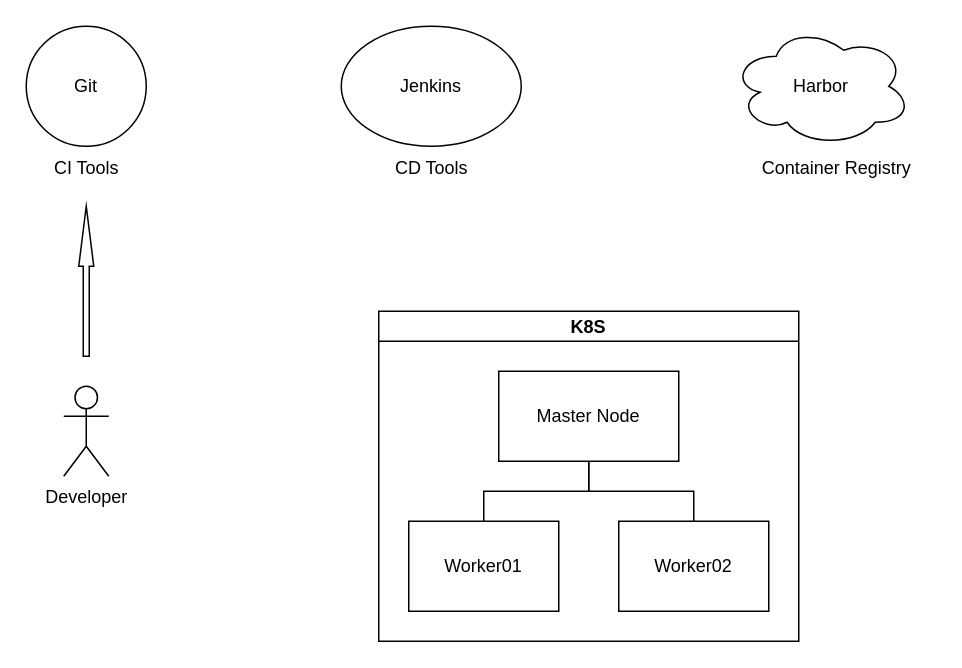
Before: Untitled Diagram.drawio in vqmanh/DevOps, a draw.io diagram. Source tidied: cells renumbered, new cells numbered last; positions are measured from the earlier drawing's top-left corner, leaving out a move shared by most shapes. Both pictures are drawn from the tidied source at 150%, with x=0, y=0 at pixel (26, 26).
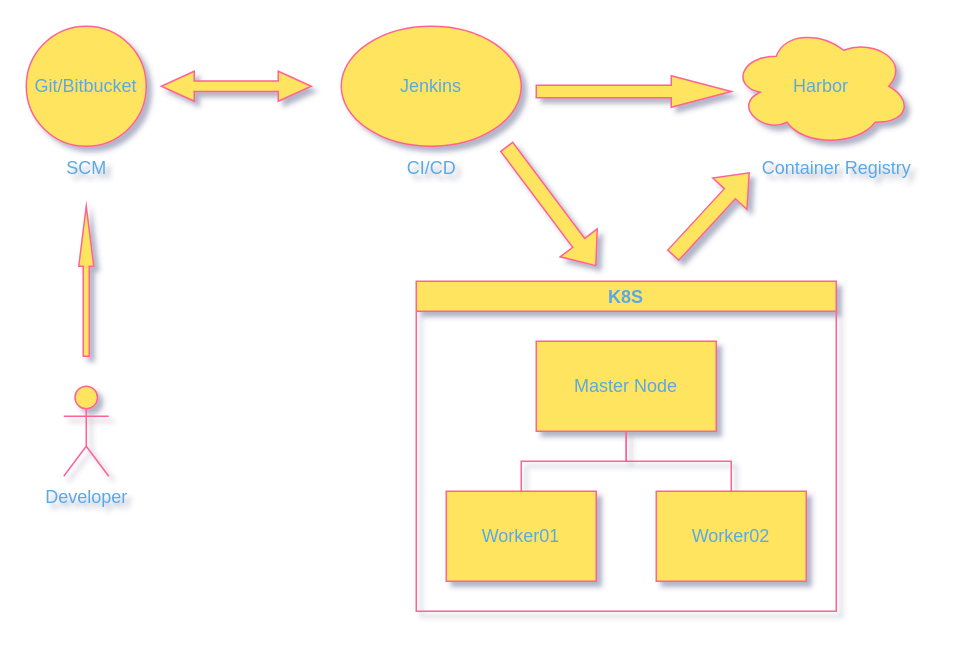
The same diagram, later.

Diff of the diagram source:
```diff
@@
-<mxGraphModel>
+<mxGraphModel shadow="1">
@@
-    <mxCell id="2" value="Git" style="ellipse;whiteSpace=wrap;html=1;" parent="1" vertex="1">
+    <mxCell id="2" value="Git/Bitbucket" style="ellipse;whiteSpace=wrap;html=1;labelBackgroundColor=none;fillColor=#FFE45E;strokeColor=#FF6392;fontColor=#5AA9E6;" parent="1" vertex="1">
       <mxGeometry width="80" height="80" as="geometry" />
     </mxCell>
-    <mxCell id="3" value="CI Tools" style="text;html=1;align=center;verticalAlign=middle;strokeColor=none;fillColor=none;" parent="1" vertex="1">
-      <mxGeometry x="5" y="80" width="70" height="30" as="geometry" />
+    <mxCell id="3" value="SCM" style="text;html=1;align=center;verticalAlign=middle;strokeColor=none;fillColor=none;labelBackgroundColor=none;fontColor=#5AA9E6;" parent="1" vertex="1">
+      <mxGeometry x="15" y="80" width="50" height="30" as="geometry" />
     </mxCell>
-    <mxCell id="4" value="Jenkins" style="ellipse;whiteSpace=wrap;html=1;" parent="1" vertex="1">
+    <mxCell id="4" value="Jenkins" style="ellipse;whiteSpace=wrap;html=1;labelBackgroundColor=none;fillColor=#FFE45E;strokeColor=#FF6392;fontColor=#5AA9E6;" parent="1" vertex="1">
       <mxGeometry x="210" width="120" height="80" as="geometry" />
     </mxCell>
-    <mxCell id="5" value="CD Tools" style="text;html=1;align=center;verticalAlign=middle;strokeColor=none;fillColor=none;" parent="1" vertex="1">
-      <mxGeometry x="235" y="80" width="70" height="30" as="geometry" />
+    <mxCell id="5" value="CI/CD" style="text;html=1;align=center;verticalAlign=middle;strokeColor=none;fillColor=none;labelBackgroundColor=none;fontColor=#5AA9E6;" parent="1" vertex="1">
+      <mxGeometry x="240" y="80" width="60" height="30" as="geometry" />
     </mxCell>
-    <mxCell id="6" value="Developer" style="shape=umlActor;verticalLabelPosition=bottom;verticalAlign=top;html=1;" parent="1" vertex="1">
+    <mxCell id="6" value="Developer" style="shape=umlActor;verticalLabelPosition=bottom;verticalAlign=top;html=1;labelBackgroundColor=none;fillColor=#FFE45E;strokeColor=#FF6392;fontColor=#5AA9E6;" parent="1" vertex="1">
       <mxGeometry x="25" y="240" width="30" height="60" as="geometry" />
     </mxCell>
-    <mxCell id="7" value="Harbor" style="ellipse;shape=cloud;whiteSpace=wrap;html=1;" parent="1" vertex="1">
+    <mxCell id="7" value="Harbor" style="ellipse;shape=cloud;whiteSpace=wrap;html=1;labelBackgroundColor=none;fillColor=#FFE45E;strokeColor=#FF6392;fontColor=#5AA9E6;" parent="1" vertex="1">
       <mxGeometry x="470" width="120" height="80" as="geometry" />
     </mxCell>
-    <mxCell id="8" value="Container Registry" style="text;html=1;align=center;verticalAlign=middle;strokeColor=none;fillColor=none;" parent="1" vertex="1">
+    <mxCell id="8" value="Container Registry" style="text;html=1;align=center;verticalAlign=middle;strokeColor=none;fillColor=none;labelBackgroundColor=none;fontColor=#5AA9E6;" parent="1" vertex="1">
       <mxGeometry x="480" y="80" width="120" height="30" as="geometry" />
     </mxCell>
-    <mxCell id="9" value="K8S" style="swimlane;startSize=20;horizontal=1;containerType=tree;newEdgeStyle={&quot;edgeStyle&quot;:&quot;elbowEdgeStyle&quot;,&quot;startArrow&quot;:&quot;none&quot;,&quot;endArrow&quot;:&quot;none&quot;};" parent="1" vertex="1">
-      <mxGeometry x="235" y="190" width="280" height="220" as="geometry" />
+    <mxCell id="9" value="K8S" style="swimlane;startSize=20;horizontal=1;containerType=tree;newEdgeStyle={&quot;edgeStyle&quot;:&quot;elbowEdgeStyle&quot;,&quot;startArrow&quot;:&quot;none&quot;,&quot;endArrow&quot;:&quot;none&quot;};labelBackgroundColor=none;fillColor=#FFE45E;strokeColor=#FF6392;fontColor=#5AA9E6;" parent="1" vertex="1">
+      <mxGeometry x="260" y="170" width="280" height="220" as="geometry" />
     </mxCell>
-    <mxCell id="10" style="edgeStyle=elbowEdgeStyle;elbow=vertical;sourcePerimeterSpacing=0;targetPerimeterSpacing=0;startArrow=none;endArrow=none;rounded=0;curved=0;" parent="9" edge="1" source="12" target="13">
+    <mxCell id="10" style="edgeStyle=elbowEdgeStyle;elbow=vertical;sourcePerimeterSpacing=0;targetPerimeterSpacing=0;startArrow=none;endArrow=none;rounded=0;curved=0;labelBackgroundColor=none;strokeColor=#FF6392;fontColor=default;" parent="9" edge="1" source="12" target="13">
       <mxGeometry relative="1" as="geometry" />
     </mxCell>
-    <mxCell id="11" style="edgeStyle=elbowEdgeStyle;elbow=vertical;sourcePerimeterSpacing=0;targetPerimeterSpacing=0;startArrow=none;endArrow=none;rounded=0;curved=0;" parent="9" edge="1" source="12" target="14">
+    <mxCell id="11" style="edgeStyle=elbowEdgeStyle;elbow=vertical;sourcePerimeterSpacing=0;targetPerimeterSpacing=0;startArrow=none;endArrow=none;rounded=0;curved=0;labelBackgroundColor=none;strokeColor=#FF6392;fontColor=default;" parent="9" edge="1" source="12" target="14">
       <mxGeometry relative="1" as="geometry" />
     </mxCell>
-    <mxCell id="12" value="Master Node" style="whiteSpace=wrap;html=1;align=center;newEdgeStyle={&quot;edgeStyle&quot;:&quot;elbowEdgeStyle&quot;,&quot;startArrow&quot;:&quot;none&quot;,&quot;endArrow&quot;:&quot;none&quot;};" parent="9" vertex="1">
+    <mxCell id="12" value="Master Node" style="whiteSpace=wrap;html=1;align=center;newEdgeStyle={&quot;edgeStyle&quot;:&quot;elbowEdgeStyle&quot;,&quot;startArrow&quot;:&quot;none&quot;,&quot;endArrow&quot;:&quot;none&quot;};labelBackgroundColor=none;fillColor=#FFE45E;strokeColor=#FF6392;fontColor=#5AA9E6;" parent="9" vertex="1">
       <mxGeometry x="80" y="40" width="120" height="60" as="geometry" />
     </mxCell>
-    <mxCell id="13" value="Worker01" style="whiteSpace=wrap;html=1;align=center;verticalAlign=middle;newEdgeStyle={&quot;edgeStyle&quot;:&quot;elbowEdgeStyle&quot;,&quot;startArrow&quot;:&quot;none&quot;,&quot;endArrow&quot;:&quot;none&quot;};" parent="9" vertex="1">
+    <mxCell id="13" value="Worker01" style="whiteSpace=wrap;html=1;align=center;verticalAlign=middle;newEdgeStyle={&quot;edgeStyle&quot;:&quot;elbowEdgeStyle&quot;,&quot;startArrow&quot;:&quot;none&quot;,&quot;endArrow&quot;:&quot;none&quot;};labelBackgroundColor=none;fillColor=#FFE45E;strokeColor=#FF6392;fontColor=#5AA9E6;" parent="9" vertex="1">
       <mxGeometry x="20" y="140" width="100" height="60" as="geometry" />
     </mxCell>
-    <mxCell id="14" value="Worker02" style="whiteSpace=wrap;html=1;align=center;verticalAlign=middle;newEdgeStyle={&quot;edgeStyle&quot;:&quot;elbowEdgeStyle&quot;,&quot;startArrow&quot;:&quot;none&quot;,&quot;endArrow&quot;:&quot;none&quot;};" parent="9" vertex="1">
+    <mxCell id="14" value="Worker02" style="whiteSpace=wrap;html=1;align=center;verticalAlign=middle;newEdgeStyle={&quot;edgeStyle&quot;:&quot;elbowEdgeStyle&quot;,&quot;startArrow&quot;:&quot;none&quot;,&quot;endArrow&quot;:&quot;none&quot;};labelBackgroundColor=none;fillColor=#FFE45E;strokeColor=#FF6392;fontColor=#5AA9E6;" parent="9" vertex="1">
       <mxGeometry x="160" y="140" width="100" height="60" as="geometry" />
     </mxCell>
-    <mxCell id="15" style="html=1;shadow=0;dashed=0;align=center;verticalAlign=middle;shape=mxgraph.arrows2.arrow;dy=0.6;dx=40;direction=north;notch=0;" parent="1" vertex="1">
+    <mxCell id="15" style="html=1;shadow=0;dashed=0;align=center;verticalAlign=middle;shape=mxgraph.arrows2.arrow;dy=0.6;dx=40;direction=north;notch=0;labelBackgroundColor=none;fillColor=#FFE45E;strokeColor=#FF6392;fontColor=#5AA9E6;" parent="1" vertex="1">
       <mxGeometry x="35" y="120" width="10" height="100" as="geometry" />
     </mxCell>
+    <mxCell id="16" style="html=1;shadow=0;dashed=0;align=center;verticalAlign=middle;shape=mxgraph.arrows2.twoWayArrow;dy=0.65;dx=22;labelBackgroundColor=none;fillColor=#FFE45E;strokeColor=#FF6392;fontColor=#5AA9E6;" parent="1" vertex="1">
+      <mxGeometry x="90" y="30" width="100" height="20" as="geometry" />
+    </mxCell>
+    <mxCell id="17" style="html=1;shadow=0;dashed=0;align=center;verticalAlign=middle;shape=mxgraph.arrows2.arrow;dy=0.6;dx=40;notch=0;labelBackgroundColor=none;fillColor=#FFE45E;strokeColor=#FF6392;fontColor=#5AA9E6;" parent="1" vertex="1">
+      <mxGeometry x="340" y="33" width="130" height="21" as="geometry" />
+    </mxCell>
+    <mxCell id="18" style="shape=flexArrow;endArrow=classic;html=1;rounded=0;strokeColor=#FF6392;fontColor=#5AA9E6;fillColor=#FFE45E;entryX=0.011;entryY=0.811;entryDx=0;entryDy=0;entryPerimeter=0;" parent="1" edge="1">
+      <mxGeometry relative="1" as="geometry">
+        <mxPoint x="431" y="153" as="sourcePoint" />
+        <mxPoint x="482.3" y="97.3" as="targetPoint" />
+      </mxGeometry>
+    </mxCell>
+    <mxCell id="19" style="shape=flexArrow;endArrow=classic;html=1;rounded=0;strokeColor=#FF6392;fontColor=#5AA9E6;fillColor=#FFE45E;" parent="1" edge="1">
+      <mxGeometry relative="1" as="geometry">
+        <mxPoint x="320" y="80" as="sourcePoint" />
+        <mxPoint x="380" y="160" as="targetPoint" />
+      </mxGeometry>
+    </mxCell>
```
